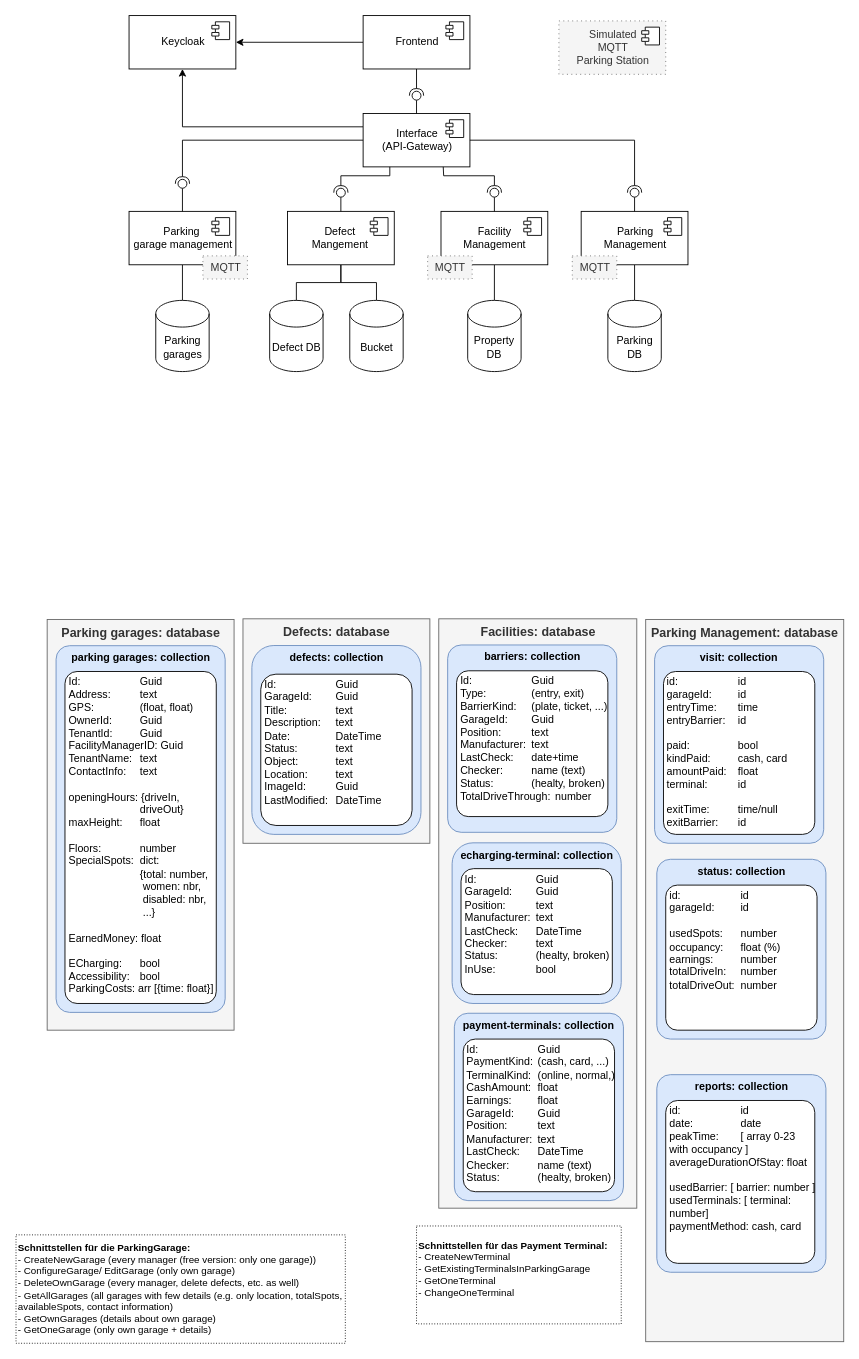
Earlier version of the draw.io diagram page "Architektur" (4 of 8) of docu/parking_management.drawio (msi-cad-vw/.github). Source tidied: cells renumbered, new cells numbered last; positions are measured from the earlier drawing's top-left corner, leaving out a move shared by most shapes. Both pictures are drawn from the tidied source at 89%, with x=0, y=0 at pixel (15, 15).
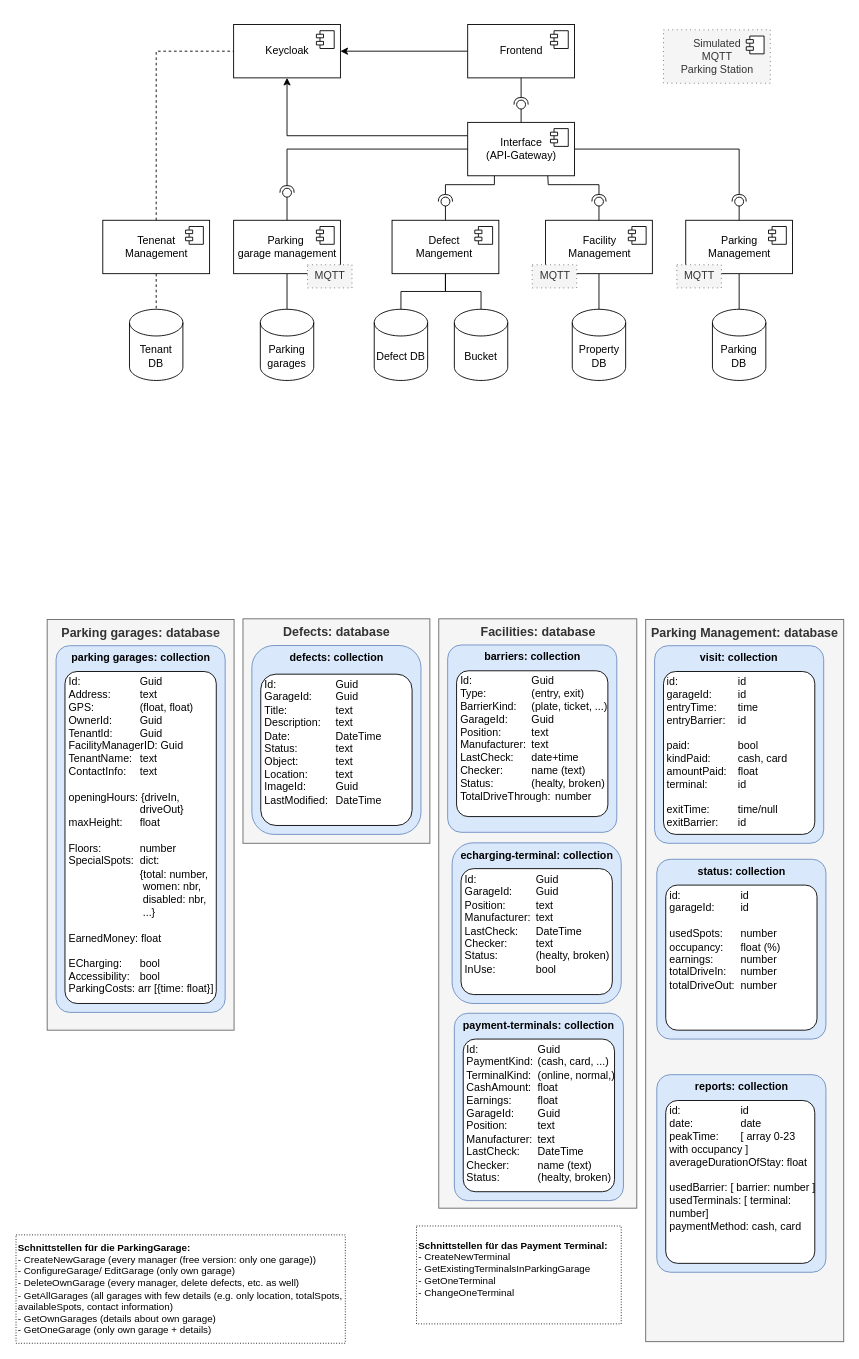
The same page after the edit.

What changed in the source:
```diff
@@
     <mxCell id="4" value="Frontend" style="html=1;fontSize=12;" parent="1" vertex="1">
-      <mxGeometry x="390.5" width="120" height="60" as="geometry" />
+      <mxGeometry x="508" y="10" width="120" height="60" as="geometry" />
     </mxCell>
@@
     <mxCell id="7" value="Interface&lt;br&gt;(API-Gateway)" style="html=1;fontSize=12;" parent="1" vertex="1">
-      <mxGeometry x="390.5" y="110" width="120" height="60" as="geometry" />
+      <mxGeometry x="508" y="120" width="120" height="60" as="geometry" />
     </mxCell>
@@
     <mxCell id="11" style="ellipse;whiteSpace=wrap;html=1;align=center;points=[];outlineConnect=0;sketch=0;fontSize=15;" parent="1" vertex="1">
-      <mxGeometry x="445.5" y="85" width="10" height="10" as="geometry" />
+      <mxGeometry x="563" y="95" width="10" height="10" as="geometry" />
     </mxCell>
     <mxCell id="12" value="Defect DB" style="shape=cylinder3;whiteSpace=wrap;html=1;boundedLbl=1;backgroundOutline=1;size=15;" parent="1" vertex="1">
-      <mxGeometry x="285.5" y="320" width="60" height="80" as="geometry" />
+      <mxGeometry x="403" y="330" width="60" height="80" as="geometry" />
     </mxCell>
@@
     <mxCell id="15" value="Defect&amp;nbsp;&lt;br&gt;Mangement&amp;nbsp;" style="html=1;fontSize=12;" parent="1" vertex="1">
-      <mxGeometry x="305.5" y="220" width="120" height="60" as="geometry" />
+      <mxGeometry x="423" y="230" width="120" height="60" as="geometry" />
     </mxCell>
@@
     <mxCell id="18" value="Facility&lt;br&gt;Management" style="html=1;fontSize=12;" parent="1" vertex="1">
-      <mxGeometry x="478" y="220" width="120" height="60" as="geometry" />
+      <mxGeometry x="595.5" y="230" width="120" height="60" as="geometry" />
     </mxCell>
@@
     <mxCell id="21" style="rounded=0;jettySize=auto;html=1;endArrow=halfCircle;endFill=0;entryX=0.5;entryY=0.5;endSize=6;strokeWidth=1;sketch=0;fontSize=15;exitX=0.75;exitY=1;exitDx=0;exitDy=0;" parent="1" edge="1" source="7" target="22">
       <mxGeometry relative="1" as="geometry">
         <Array as="points">
-          <mxPoint x="481" y="180" />
-          <mxPoint x="538" y="180" />
+          <mxPoint x="598.5" y="190" />
+          <mxPoint x="655.5" y="190" />
         </Array>
       </mxGeometry>
     </mxCell>
     <mxCell id="22" style="ellipse;whiteSpace=wrap;html=1;align=center;points=[];outlineConnect=0;sketch=0;fontSize=15;" parent="1" vertex="1">
-      <mxGeometry x="533" y="194" width="10" height="10" as="geometry" />
+      <mxGeometry x="650.5" y="204" width="10" height="10" as="geometry" />
     </mxCell>
@@
     <mxCell id="24" style="rounded=0;jettySize=auto;html=1;endArrow=halfCircle;endFill=0;entryX=0.5;entryY=0.5;endSize=6;strokeWidth=1;sketch=0;fontSize=15;exitX=0.25;exitY=1;exitDx=0;exitDy=0;edgeStyle=orthogonalEdgeStyle;" parent="1" edge="1" source="7" target="25">
       <mxGeometry relative="1" as="geometry">
         <Array as="points">
-          <mxPoint x="421" y="180" />
-          <mxPoint x="366" y="180" />
-          <mxPoint x="366" y="199" />
+          <mxPoint x="538.5" y="190" />
+          <mxPoint x="483.5" y="190" />
+          <mxPoint x="483.5" y="209" />
         </Array>
       </mxGeometry>
     </mxCell>
     <mxCell id="25" style="ellipse;whiteSpace=wrap;html=1;align=center;points=[];outlineConnect=0;sketch=0;fontSize=15;" parent="1" vertex="1">
-      <mxGeometry x="360.5" y="194" width="10" height="10" as="geometry" />
+      <mxGeometry x="478" y="204" width="10" height="10" as="geometry" />
     </mxCell>
@@
     <mxCell id="27" value="Parking &lt;br&gt;Management" style="html=1;fontSize=12;" parent="1" vertex="1">
-      <mxGeometry x="635.5" y="220" width="120" height="60" as="geometry" />
+      <mxGeometry x="753" y="230" width="120" height="60" as="geometry" />
     </mxCell>
@@
     <mxCell id="29" value="Bucket" style="shape=cylinder3;whiteSpace=wrap;html=1;boundedLbl=1;backgroundOutline=1;size=15;" parent="1" vertex="1">
-      <mxGeometry x="375.5" y="320" width="60" height="80" as="geometry" />
+      <mxGeometry x="493" y="330" width="60" height="80" as="geometry" />
     </mxCell>
     <mxCell id="30" value="Parking DB" style="shape=cylinder3;whiteSpace=wrap;html=1;boundedLbl=1;backgroundOutline=1;size=15;" parent="1" vertex="1">
-      <mxGeometry x="665.5" y="320" width="60" height="80" as="geometry" />
+      <mxGeometry x="783" y="330" width="60" height="80" as="geometry" />
     </mxCell>
     <mxCell id="31" value="Simulated&lt;br&gt;MQTT&lt;br&gt;Parking Station" style="html=1;fontSize=12;fillColor=#f5f5f5;fontColor=#333333;strokeColor=#666666;dashed=1;dashPattern=1 4;" parent="1" vertex="1">
-      <mxGeometry x="610.5" y="6" width="120" height="60" as="geometry" />
+      <mxGeometry x="728" y="16" width="120" height="60" as="geometry" />
     </mxCell>
@@
     <mxCell id="33" value="Property DB" style="shape=cylinder3;whiteSpace=wrap;html=1;boundedLbl=1;backgroundOutline=1;size=15;" parent="1" vertex="1">
-      <mxGeometry x="508" y="320" width="60" height="80" as="geometry" />
+      <mxGeometry x="625.5" y="330" width="60" height="80" as="geometry" />
     </mxCell>
     <mxCell id="34" value="MQTT" style="html=1;fontSize=12;fillColor=#f5f5f5;fontColor=#333333;strokeColor=#666666;dashed=1;dashPattern=1 4;" parent="1" vertex="1">
-      <mxGeometry x="625.5" y="270" width="50" height="26" as="geometry" />
+      <mxGeometry x="743" y="280" width="50" height="26" as="geometry" />
     </mxCell>
     <mxCell id="35" value="MQTT" style="html=1;fontSize=12;fillColor=#f5f5f5;fontColor=#333333;strokeColor=#666666;dashed=1;dashPattern=1 4;" parent="1" vertex="1">
-      <mxGeometry x="463" y="270" width="50" height="26" as="geometry" />
+      <mxGeometry x="580.5" y="280" width="50" height="26" as="geometry" />
     </mxCell>
@@
     <mxCell id="37" style="rounded=0;jettySize=auto;html=1;endArrow=halfCircle;endFill=0;entryX=0.5;entryY=0.5;endSize=6;strokeWidth=1;sketch=0;fontSize=15;edgeStyle=orthogonalEdgeStyle;" parent="1" edge="1" source="7" target="38">
       <mxGeometry relative="1" as="geometry">
         <Array as="points">
-          <mxPoint x="696" y="140" />
-          <mxPoint x="696" y="199" />
+          <mxPoint x="813.5" y="150" />
+          <mxPoint x="813.5" y="209" />
         </Array>
       </mxGeometry>
     </mxCell>
     <mxCell id="38" style="ellipse;whiteSpace=wrap;html=1;align=center;points=[];outlineConnect=0;sketch=0;fontSize=15;" parent="1" vertex="1">
-      <mxGeometry x="690.5" y="194" width="10" height="10" as="geometry" />
+      <mxGeometry x="808" y="204" width="10" height="10" as="geometry" />
     </mxCell>
@@
     <mxCell id="40" value="Parking&amp;nbsp;&lt;br&gt;garage management" style="html=1;fontSize=12;" parent="1" vertex="1">
-      <mxGeometry x="127.5" y="220" width="120" height="60" as="geometry" />
+      <mxGeometry x="245" y="230" width="120" height="60" as="geometry" />
     </mxCell>
@@
     <mxCell id="42" value="Parking garages" style="shape=cylinder3;whiteSpace=wrap;html=1;boundedLbl=1;backgroundOutline=1;size=15;" parent="1" vertex="1">
-      <mxGeometry x="157.5" y="320" width="60" height="80" as="geometry" />
+      <mxGeometry x="275" y="330" width="60" height="80" as="geometry" />
     </mxCell>
@@
     <mxCell id="44" style="rounded=0;jettySize=auto;html=1;endArrow=halfCircle;endFill=0;entryX=0.5;entryY=0.5;endSize=6;strokeWidth=1;sketch=0;fontSize=15;exitX=0;exitY=0.5;exitDx=0;exitDy=0;edgeStyle=orthogonalEdgeStyle;" parent="1" edge="1" source="7" target="45">
       <mxGeometry relative="1" as="geometry">
         <Array as="points">
-          <mxPoint x="188" y="140" />
-          <mxPoint x="188" y="189" />
+          <mxPoint x="305.5" y="150" />
+          <mxPoint x="305.5" y="199" />
         </Array>
       </mxGeometry>
     </mxCell>
     <mxCell id="45" style="ellipse;whiteSpace=wrap;html=1;align=center;points=[];outlineConnect=0;sketch=0;fontSize=15;" parent="1" vertex="1">
-      <mxGeometry x="182.5" y="184" width="10" height="10" as="geometry" />
+      <mxGeometry x="300" y="194" width="10" height="10" as="geometry" />
     </mxCell>
     <mxCell id="46" value="MQTT" style="html=1;fontSize=12;fillColor=#f5f5f5;fontColor=#333333;strokeColor=#666666;dashed=1;dashPattern=1 4;" parent="1" vertex="1">
-      <mxGeometry x="210.5" y="270" width="50" height="26" as="geometry" />
+      <mxGeometry x="328" y="280" width="50" height="26" as="geometry" />
     </mxCell>
@@
     <mxCell id="66" value="Keycloak" style="html=1;fontSize=12;" parent="1" vertex="1">
-      <mxGeometry x="127.5" width="120" height="60" as="geometry" />
+      <mxGeometry x="245" y="10" width="120" height="60" as="geometry" />
     </mxCell>
@@
+    <mxCell id="70" style="edgeStyle=none;rounded=0;jettySize=auto;html=1;dashed=1;endArrow=none;endFill=0;" parent="1" edge="1" source="72" target="74">
+      <mxGeometry relative="1" as="geometry" />
+    </mxCell>
+    <mxCell id="71" style="edgeStyle=orthogonalEdgeStyle;rounded=0;jettySize=auto;html=1;dashed=1;endArrow=none;endFill=0;exitX=0.5;exitY=0;exitDx=0;exitDy=0;entryX=0;entryY=0.5;entryDx=0;entryDy=0;" parent="1" edge="1" source="72" target="66">
+      <mxGeometry relative="1" as="geometry" />
+    </mxCell>
+    <mxCell id="72" value="Tenenat&lt;br&gt;Management" style="html=1;fontSize=12;" parent="1" vertex="1">
+      <mxGeometry x="98" y="230" width="120" height="60" as="geometry" />
+    </mxCell>
+    <mxCell id="73" style="shape=module;jettyWidth=8;jettyHeight=4;" parent="72" vertex="1">
+      <mxGeometry x="1" width="20" height="20" relative="1" as="geometry">
+        <mxPoint x="-27" y="7" as="offset" />
+      </mxGeometry>
+    </mxCell>
+    <mxCell id="74" value="Tenant &lt;br&gt;DB" style="shape=cylinder3;whiteSpace=wrap;html=1;boundedLbl=1;backgroundOutline=1;size=15;" parent="1" vertex="1">
+      <mxGeometry x="128" y="330" width="60" height="80" as="geometry" />
+    </mxCell>
```
